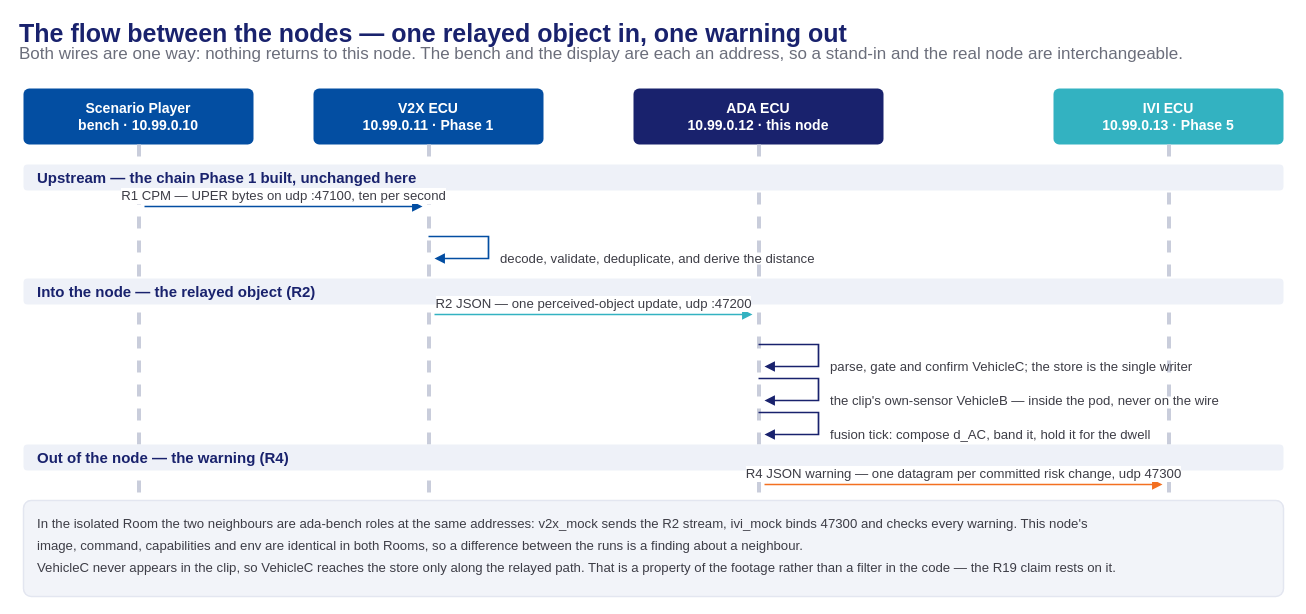
Above: presentation/assets/phase2-4-ada-callflow-nodes.drawio in mnpham2101/FPT-Hackathon2026 (draw.io), before the change. Source tidied: cells renumbered, new cells numbered last; positions are measured from the earlier drawing's top-left corner, leaving out a move shared by most shapes. Both pictures are drawn from the tidied source at 100%, with x=0, y=0 at pixel (17, 22).
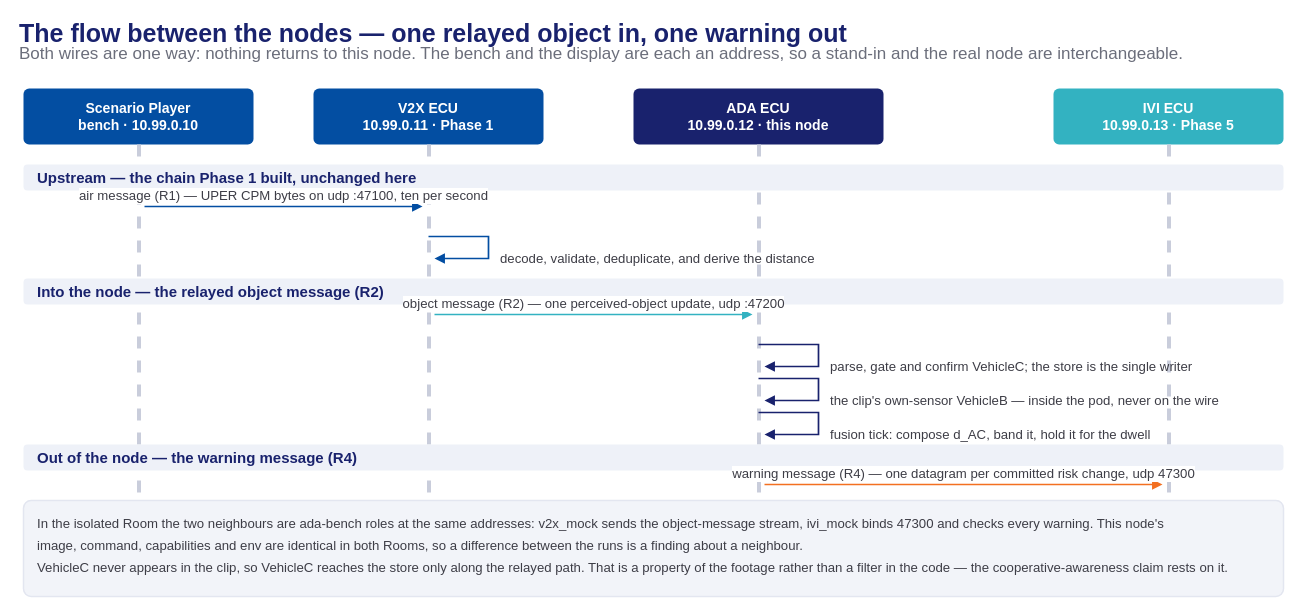
The same page after the edit.

The edit, as a diff of the source:
```diff
@@
-    <mxCell id="13" value="Into the node — the relayed object (R2)" style="rounded=1;arcSize=15;html=1;fillColor=#eef1f8;strokeColor=none;fontColor=#19226D;fontSize=15.0;fontStyle=1;align=left;spacingLeft=12;verticalAlign=middle;" parent="1" vertex="1">
+    <mxCell id="13" value="Into the node — the relayed object message (R2)" style="rounded=1;arcSize=15;html=1;fillColor=#eef1f8;strokeColor=none;fontColor=#19226D;fontSize=15.0;fontStyle=1;align=left;spacingLeft=12;verticalAlign=middle;" parent="1" vertex="1">
       <mxGeometry x="6" y="256" width="1260" height="26" as="geometry" />
     </mxCell>
-    <mxCell id="14" value="Out of the node — the warning (R4)" style="rounded=1;arcSize=15;html=1;fillColor=#eef1f8;strokeColor=none;fontColor=#19226D;fontSize=15.0;fontStyle=1;align=left;spacingLeft=12;verticalAlign=middle;" parent="1" vertex="1">
+    <mxCell id="14" value="Out of the node — the warning message (R4)" style="rounded=1;arcSize=15;html=1;fillColor=#eef1f8;strokeColor=none;fontColor=#19226D;fontSize=15.0;fontStyle=1;align=left;spacingLeft=12;verticalAlign=middle;" parent="1" vertex="1">
       <mxGeometry x="6" y="422" width="1260" height="26" as="geometry" />
     </mxCell>
-    <mxCell id="15" value="R1 CPM — UPER bytes on udp :47100, ten per second" style="edgeStyle=orthogonalEdgeStyle;rounded=0;html=1;endArrow=block;endFill=1;strokeColor=#034EA2;strokeWidth=1.7;fontSize=13.2;fontColor=#3d3d46;verticalAlign=bottom;" parent="1" edge="1">
+    <mxCell id="15" value="air message (R1) — UPER CPM bytes on udp :47100, ten per second" style="edgeStyle=orthogonalEdgeStyle;rounded=0;html=1;endArrow=block;endFill=1;strokeColor=#034EA2;strokeWidth=1.7;fontSize=13.2;fontColor=#3d3d46;verticalAlign=bottom;" parent="1" edge="1">
       <mxGeometry relative="1" as="geometry">
         <mxPoint x="127" y="184" as="sourcePoint" />
         <mxPoint x="405" y="184" as="targetPoint" />
       </mxGeometry>
     </mxCell>
@@
-    <mxCell id="18" value="R2 JSON — one perceived-object update, udp :47200" style="edgeStyle=orthogonalEdgeStyle;rounded=0;html=1;endArrow=block;endFill=1;strokeColor=#33B2C1;strokeWidth=1.7;fontSize=13.2;fontColor=#3d3d46;verticalAlign=bottom;" parent="1" edge="1">
+    <mxCell id="18" value="object message (R2) — one perceived-object update, udp :47200" style="edgeStyle=orthogonalEdgeStyle;rounded=0;html=1;endArrow=block;endFill=1;strokeColor=#33B2C1;strokeWidth=1.7;fontSize=13.2;fontColor=#3d3d46;verticalAlign=bottom;" parent="1" edge="1">
       <mxGeometry relative="1" as="geometry">
         <mxPoint x="417" y="292" as="sourcePoint" />
         <mxPoint x="735" y="292" as="targetPoint" />
       </mxGeometry>
     </mxCell>
@@
-    <mxCell id="25" value="R4 JSON warning — one datagram per committed risk change, udp 47300" style="edgeStyle=orthogonalEdgeStyle;rounded=0;html=1;endArrow=block;endFill=1;strokeColor=#F37021;strokeWidth=1.7;fontSize=13.2;fontColor=#3d3d46;verticalAlign=bottom;" parent="1" edge="1">
+    <mxCell id="25" value="warning message (R4) — one datagram per committed risk change, udp 47300" style="edgeStyle=orthogonalEdgeStyle;rounded=0;html=1;endArrow=block;endFill=1;strokeColor=#F37021;strokeWidth=1.7;fontSize=13.2;fontColor=#3d3d46;verticalAlign=bottom;" parent="1" edge="1">
       <mxGeometry relative="1" as="geometry">
         <mxPoint x="747" y="462" as="sourcePoint" />
         <mxPoint x="1145" y="462" as="targetPoint" />
       </mxGeometry>
     </mxCell>
@@
-    <mxCell id="27" value="In the isolated Room the two neighbours are ada-bench roles at the same addresses: v2x_mock sends the R2 stream, ivi_mock binds 47300 and checks every warning. This node's" style="text;html=1;align=left;verticalAlign=middle;fontSize=13.2;fontColor=#3d3d46;" parent="1" vertex="1">
+    <mxCell id="27" value="In the isolated Room the two neighbours are ada-bench roles at the same addresses: v2x_mock sends the object-message stream, ivi_mock binds 47300 and checks every warning. This node's" style="text;html=1;align=left;verticalAlign=middle;fontSize=13.2;fontColor=#3d3d46;" parent="1" vertex="1">
       <mxGeometry x="18" y="493" width="1230" height="16" as="geometry" />
     </mxCell>
@@
-    <mxCell id="29" value="VehicleC never appears in the clip, so VehicleC reaches the store only along the relayed path. That is a property of the footage rather than a filter in the code — the R19 claim rests on it." style="text;html=1;align=left;verticalAlign=middle;fontSize=13.2;fontColor=#3d3d46;" parent="1" vertex="1">
+    <mxCell id="29" value="VehicleC never appears in the clip, so VehicleC reaches the store only along the relayed path. That is a property of the footage rather than a filter in the code — the cooperative-awareness claim rests on it." style="text;html=1;align=left;verticalAlign=middle;fontSize=13.2;fontColor=#3d3d46;" parent="1" vertex="1">
       <mxGeometry x="18" y="537" width="1230" height="16" as="geometry" />
     </mxCell>
```
